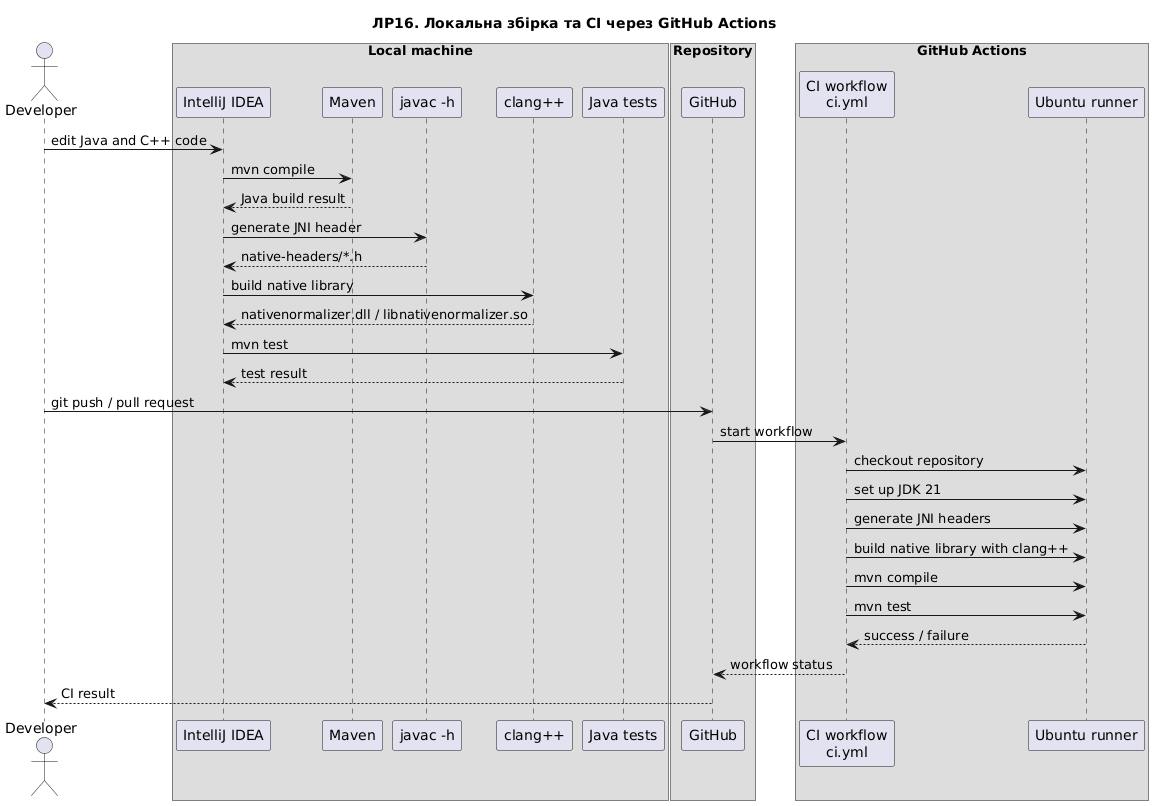
Earlier version of the PlantUML export labs/Lab16/doc/UML ci.png (QewBye48/kolisnychenko-artem-oop-khpi-2). Source of this version:
```plantuml
@startuml
title ЛР16. Локальна збірка та CI через GitHub Actions

skinparam shadowing false

actor Developer

box "Local machine"
    participant "IntelliJ IDEA" as IDE
    participant "Maven" as Maven
    participant "javac -h" as Javac
    participant "clang++" as Clang
    participant "Java tests" as Tests
end box

box "Repository"
    participant "GitHub" as GitHub
end box

box "GitHub Actions"
    participant "CI workflow\nci.yml" as CI
    participant "Ubuntu runner" as Runner
end box

Developer -> IDE : edit Java and C++ code
IDE -> Maven : mvn compile
Maven --> IDE : Java build result

IDE -> Javac : generate JNI header
Javac --> IDE : native-headers/*.h

IDE -> Clang : build native library
Clang --> IDE : nativenormalizer.dll / libnativenormalizer.so

IDE -> Tests : mvn test
Tests --> IDE : test result

Developer -> GitHub : git push / pull request

GitHub -> CI : start workflow

CI -> Runner : checkout repository
CI -> Runner : set up JDK 21
CI -> Runner : generate JNI headers
CI -> Runner : build native library with clang++
CI -> Runner : mvn compile
CI -> Runner : mvn test

Runner --> CI : success / failure
CI --> GitHub : workflow status
GitHub --> Developer : CI result
@enduml
```
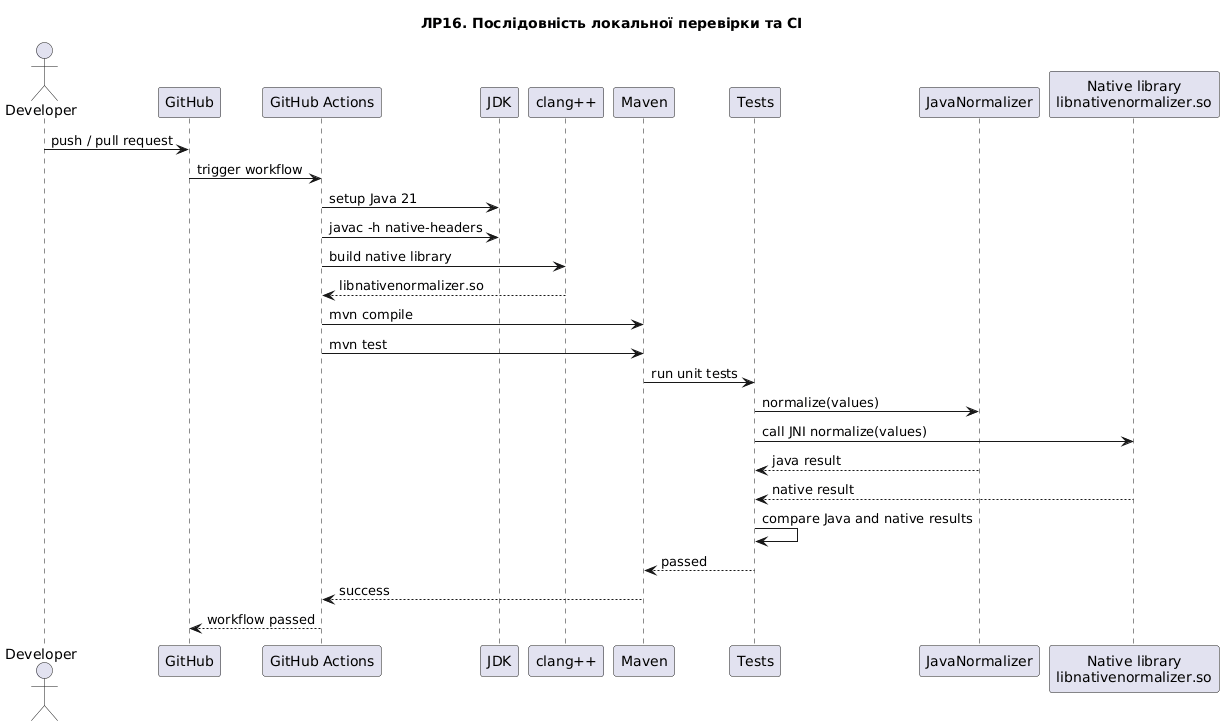
Above is the later version.

Change to the diagram source:
```diff
@@ -1,52 +1,36 @@
 @startuml
-title ЛР16. Локальна збірка та CI через GitHub Actions
-
-skinparam shadowing false
+title ЛР16. Послідовність локальної перевірки та CI
 
 actor Developer
+participant GitHub
+participant "GitHub Actions" as CI
+participant JDK
+participant "clang++" as Clang
+participant Maven
+participant Tests
+participant JavaNormalizer
+participant "Native library\nlibnativenormalizer.so" as NativeLib
 
-box "Local machine"
-    participant "IntelliJ IDEA" as IDE
-    participant "Maven" as Maven
-    participant "javac -h" as Javac
-    participant "clang++" as Clang
-    participant "Java tests" as Tests
-end box
+Developer -> GitHub : push / pull request
+GitHub -> CI : trigger workflow
 
-box "Repository"
-    participant "GitHub" as GitHub
-end box
+CI -> JDK : setup Java 21
+CI -> JDK : javac -h native-headers
+CI -> Clang : build native library
+Clang --> CI : libnativenormalizer.so
 
-box "GitHub Actions"
-    participant "CI workflow\nci.yml" as CI
-    participant "Ubuntu runner" as Runner
-end box
+CI -> Maven : mvn compile
+CI -> Maven : mvn test
 
-Developer -> IDE : edit Java and C++ code
-IDE -> Maven : mvn compile
-Maven --> IDE : Java build result
+Maven -> Tests : run unit tests
+Tests -> JavaNormalizer : normalize(values)
+Tests -> NativeLib : call JNI normalize(values)
 
-IDE -> Javac : generate JNI header
-Javac --> IDE : native-headers/*.h
+JavaNormalizer --> Tests : java result
+NativeLib --> Tests : native result
 
-IDE -> Clang : build native library
-Clang --> IDE : nativenormalizer.dll / libnativenormalizer.so
-
-IDE -> Tests : mvn test
-Tests --> IDE : test result
-
-Developer -> GitHub : git push / pull request
-
-GitHub -> CI : start workflow
-
-CI -> Runner : checkout repository
-CI -> Runner : set up JDK 21
-CI -> Runner : generate JNI headers
-CI -> Runner : build native library with clang++
-CI -> Runner : mvn compile
-CI -> Runner : mvn test
-
-Runner --> CI : success / failure
-CI --> GitHub : workflow status
-GitHub --> Developer : CI result
+Tests -> Tests : compare Java and native results
+Tests --> Maven : passed
+Maven --> CI : success
+CI --> GitHub : workflow passed
 @enduml
```
